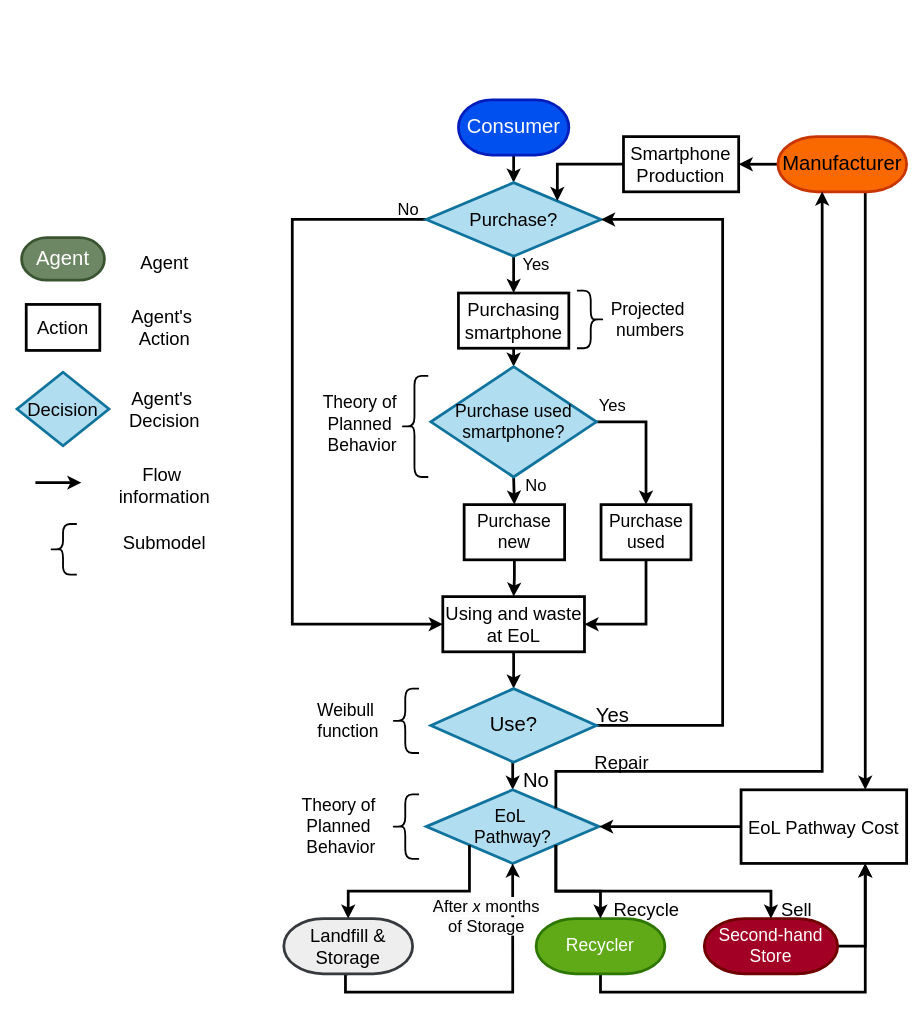
The draw.io diagram supplementary/consumer_decision_tree.drawio in jungletada/ABMSF, before the edit. Source tidied: cells renumbered, new cells numbered last; positions are measured from the earlier drawing's top-left corner, leaving out a move shared by most shapes. Both pictures are drawn from the tidied source at 92%, with x=0, y=0 at pixel (17, 99).
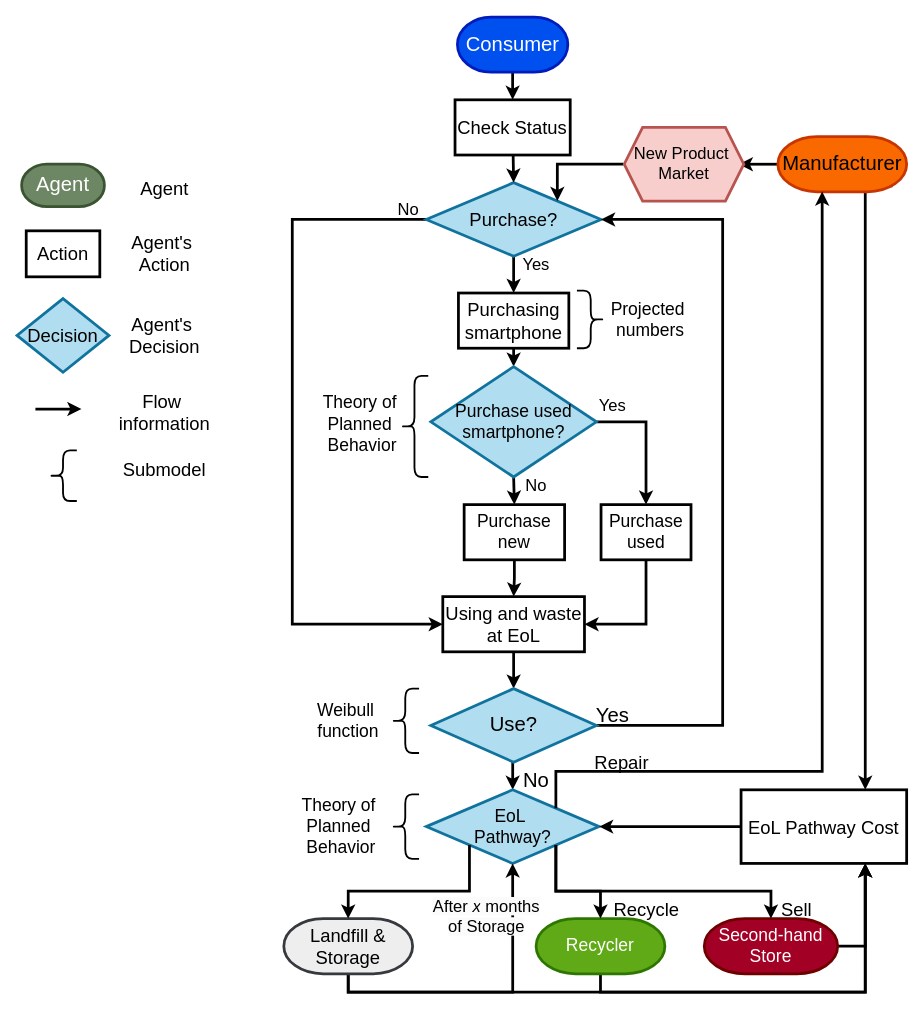
The same page after the edit.

Unchanged cells that the change refers to:
```xml
<mxCell id="5" value="&lt;font style=&quot;font-size: 20px;&quot;&gt;Purchase?&lt;/font&gt;" style="rhombus;whiteSpace=wrap;html=1;fontSize=20;strokeWidth=3;fillColor=#b1ddf0;strokeColor=#10739e;" parent="1" vertex="1">
  <mxGeometry x="444.8" y="90" width="190" height="80" as="geometry" />
</mxCell>
<mxCell id="21" value="&lt;div style=&quot;font-size: 19px;&quot;&gt;&lt;span style=&quot;font-size: 19px; background-color: initial;&quot;&gt;EoL&amp;nbsp;&lt;/span&gt;&lt;/div&gt;&lt;div style=&quot;font-size: 19px;&quot;&gt;&lt;span style=&quot;font-size: 19px; background-color: initial;&quot;&gt;Pathway?&lt;/span&gt;&lt;br style=&quot;font-size: 19px;&quot;&gt;&lt;/div&gt;" style="rhombus;whiteSpace=wrap;html=1;fontSize=19;strokeWidth=3;fillColor=#b1ddf0;strokeColor=#10739e;" parent="1" vertex="1">
  <mxGeometry x="444.8" y="750" width="187.9" height="80" as="geometry" />
</mxCell>
<mxCell id="31" value="&lt;span style=&quot;font-size: 20px;&quot;&gt;Landfill &amp;amp; Storage&lt;/span&gt;" style="strokeWidth=3;html=1;shape=mxgraph.flowchart.terminator;whiteSpace=wrap;fontSize=20;fillColor=#eeeeee;strokeColor=#36393d;" parent="1" vertex="1">
  <mxGeometry x="290" y="890" width="140" height="60" as="geometry" />
</mxCell>
<mxCell id="36" value="&lt;span style=&quot;font-size: 22px;&quot;&gt;Manufacturer&lt;/span&gt;" style="strokeWidth=3;html=1;shape=mxgraph.flowchart.terminator;whiteSpace=wrap;fillColor=#fa6800;fontColor=#000000;strokeColor=#C73500;" parent="1" vertex="1">
  <mxGeometry x="827" y="40" width="140" height="60" as="geometry" />
</mxCell>
<mxCell id="40" value="&lt;span style=&quot;font-size: 20px;&quot;&gt;EoL Pathway Cost&lt;/span&gt;" style="rounded=0;whiteSpace=wrap;html=1;fontSize=20;strokeWidth=3;" parent="1" vertex="1">
  <mxGeometry x="787" y="750" width="180" height="80" as="geometry" />
</mxCell>
```

Diff of the diagram source:
```diff
@@
-<mxGraphModel>
+<mxGraphModel background="#FFFFFF">
@@
-    <mxCell id="2" style="edgeStyle=orthogonalEdgeStyle;rounded=0;jettySize=auto;html=1;exitX=0.5;exitY=1;exitDx=0;exitDy=0;entryX=0.5;entryY=0;entryDx=0;entryDy=0;strokeWidth=3;" parent="1" edge="1" target="5">
-      <mxGeometry relative="1" as="geometry">
-        <mxPoint x="539.8" y="60" as="sourcePoint" />
-      </mxGeometry>
-    </mxCell>
@@
+    <mxCell id="67" style="rounded=0;jettySize=auto;html=1;exitX=0.5;exitY=1;exitDx=0;exitDy=0;exitPerimeter=0;strokeWidth=3;" parent="1" edge="1" source="22" target="70">
+      <mxGeometry relative="1" as="geometry" />
+    </mxCell>
     <mxCell id="22" value="&lt;span style=&quot;color: rgb(255, 255, 255); font-size: 22px;&quot;&gt;Consumer&lt;/span&gt;" style="strokeWidth=3;html=1;shape=mxgraph.flowchart.terminator;whiteSpace=wrap;fillColor=#0050ef;strokeColor=#001DBC;fontColor=#ffffff;" parent="1" vertex="1">
-      <mxGeometry x="479.8" width="120" height="60" as="geometry" />
+      <mxGeometry x="478.7" y="-90" width="120" height="60" as="geometry" />
     </mxCell>
@@
+    <mxCell id="68" style="edgeStyle=orthogonalEdgeStyle;rounded=0;jettySize=auto;html=1;entryX=0.75;entryY=1;entryDx=0;entryDy=0;strokeWidth=3;" parent="1" edge="1" source="31" target="40">
+      <mxGeometry relative="1" as="geometry">
+        <Array as="points">
+          <mxPoint x="360" y="970" />
+          <mxPoint x="922" y="970" />
+        </Array>
+      </mxGeometry>
+    </mxCell>
-    <mxCell id="30" style="edgeStyle=orthogonalEdgeStyle;rounded=0;jettySize=auto;html=1;entryX=0.5;entryY=1;entryDx=0;entryDy=0;exitX=0.5;exitY=1;exitDx=0;exitDy=0;exitPerimeter=0;strokeWidth=3;" parent="1" edge="1" source="31" target="21">
-      <mxGeometry relative="1" as="geometry">
-        <Array as="points">
-          <mxPoint x="357" y="950" />
-          <mxPoint x="357" y="970" />
-          <mxPoint x="539" y="970" />
-        </Array>
-      </mxGeometry>
+    <mxCell id="30" style="edgeStyle=orthogonalEdgeStyle;rounded=0;jettySize=auto;html=1;exitX=0.5;exitY=1;exitDx=0;exitDy=0;exitPerimeter=0;entryX=0.5;entryY=1;entryDx=0;entryDy=0;strokeWidth=3;" parent="1" edge="1" source="31" target="21">
+      <mxGeometry relative="1" as="geometry" />
     </mxCell>
@@
-    <mxCell id="34" style="edgeStyle=orthogonalEdgeStyle;rounded=0;jettySize=auto;html=1;exitX=0;exitY=0.5;exitDx=0;exitDy=0;exitPerimeter=0;entryX=1;entryY=0.5;entryDx=0;entryDy=0;strokeWidth=3;" parent="1" edge="1" source="36" target="38">
-      <mxGeometry relative="1" as="geometry" />
+    <mxCell id="34" style="edgeStyle=orthogonalEdgeStyle;rounded=0;jettySize=auto;html=1;exitX=0;exitY=0.5;exitDx=0;exitDy=0;exitPerimeter=0;entryX=1;entryY=0.5;entryDx=0;entryDy=0;strokeWidth=3;" parent="1" edge="1" source="36">
+      <mxGeometry relative="1" as="geometry">
+        <mxPoint x="784.5" y="70" as="targetPoint" />
+      </mxGeometry>
     </mxCell>
@@
-    <mxCell id="37" style="edgeStyle=orthogonalEdgeStyle;rounded=0;jettySize=auto;html=1;exitX=0;exitY=0.5;exitDx=0;exitDy=0;entryX=1;entryY=0;entryDx=0;entryDy=0;strokeWidth=3;" parent="1" edge="1" source="38" target="5">
+    <mxCell id="37" style="edgeStyle=orthogonalEdgeStyle;rounded=0;jettySize=auto;html=1;exitX=0;exitY=0.5;exitDx=0;exitDy=0;entryX=1;entryY=0;entryDx=0;entryDy=0;strokeWidth=3;" parent="1" edge="1" target="5">
       <mxGeometry relative="1" as="geometry">
+        <mxPoint x="659.2" y="70" as="sourcePoint" />
         <Array as="points">
           <mxPoint x="587.2" y="70" />
         </Array>
       </mxGeometry>
     </mxCell>
-    <mxCell id="38" value="Smartphone Production" style="rounded=0;whiteSpace=wrap;html=1;fontSize=20;strokeWidth=3;" parent="1" vertex="1">
-      <mxGeometry x="659.2" y="40" width="125.2" height="60" as="geometry" />
-    </mxCell>
@@
     <mxCell id="56" style="shape=curlyBracket;whiteSpace=wrap;html=1;rounded=1;labelPosition=left;verticalLabelPosition=middle;align=right;verticalAlign=middle;size=0.5;strokeWidth=2;" parent="1" vertex="1">
-      <mxGeometry x="35" y="461.1" width="30" height="55" as="geometry" />
+      <mxGeometry x="35" y="381.1" width="30" height="55" as="geometry" />
     </mxCell>
     <mxCell id="57" value="&lt;font style=&quot;font-size: 20px;&quot;&gt;Submodel&lt;/font&gt;" style="text;html=1;align=center;verticalAlign=middle;strokeColor=none;fillColor=none;" parent="1" vertex="1">
-      <mxGeometry x="105" y="461.1" width="110" height="40" as="geometry" />
+      <mxGeometry x="105" y="381.1" width="110" height="40" as="geometry" />
     </mxCell>
     <mxCell id="58" style="endArrow=classic;html=1;rounded=0;strokeWidth=3;" parent="1" edge="1">
       <mxGeometry relative="1" as="geometry">
-        <mxPoint x="20" y="416.1" as="sourcePoint" />
-        <mxPoint x="70" y="416.1" as="targetPoint" />
+        <mxPoint x="20" y="336.1" as="sourcePoint" />
+        <mxPoint x="70" y="336.1" as="targetPoint" />
       </mxGeometry>
     </mxCell>
     <mxCell id="59" value="&lt;font style=&quot;font-size: 20px;&quot;&gt;Flow&amp;nbsp;&lt;/font&gt;&lt;div&gt;&lt;font style=&quot;font-size: 20px;&quot;&gt;information&lt;/font&gt;&lt;/div&gt;" style="text;html=1;align=center;verticalAlign=middle;strokeColor=none;fillColor=none;" parent="1" vertex="1">
-      <mxGeometry x="100" y="388.6" width="120" height="60" as="geometry" />
+      <mxGeometry x="100" y="308.6" width="120" height="60" as="geometry" />
     </mxCell>
     <mxCell id="60" value="&lt;font style=&quot;font-size: 20px;&quot;&gt;Decision&lt;/font&gt;" style="rhombus;whiteSpace=wrap;html=1;fontSize=20;strokeWidth=3;fillColor=#b1ddf0;strokeColor=#10739e;" parent="1" vertex="1">
-      <mxGeometry y="296.1" width="100" height="80" as="geometry" />
+      <mxGeometry y="216.1" width="100" height="80" as="geometry" />
     </mxCell>
     <mxCell id="61" value="&lt;span style=&quot;font-size: 20px;&quot;&gt;Agent's&amp;nbsp;&lt;/span&gt;&lt;div&gt;&lt;span style=&quot;font-size: 20px;&quot;&gt;Decision&lt;/span&gt;&lt;/div&gt;" style="text;html=1;align=center;verticalAlign=middle;strokeColor=none;fillColor=none;" parent="1" vertex="1">
-      <mxGeometry x="110" y="306.1" width="100" height="60" as="geometry" />
+      <mxGeometry x="110" y="226.1" width="100" height="60" as="geometry" />
     </mxCell>
     <mxCell id="62" value="Action" style="rounded=0;whiteSpace=wrap;html=1;fontSize=20;strokeWidth=3;" parent="1" vertex="1">
-      <mxGeometry x="10" y="222.4" width="80" height="50" as="geometry" />
+      <mxGeometry x="10" y="142.4" width="80" height="50" as="geometry" />
     </mxCell>
     <mxCell id="63" value="&lt;span style=&quot;font-size: 20px;&quot;&gt;Agent's&amp;nbsp;&lt;/span&gt;&lt;div&gt;&lt;span style=&quot;font-size: 20px;&quot;&gt;Action&lt;/span&gt;&lt;/div&gt;" style="text;html=1;align=center;verticalAlign=middle;strokeColor=none;fillColor=none;" parent="1" vertex="1">
-      <mxGeometry x="110" y="217.4" width="100" height="60" as="geometry" />
+      <mxGeometry x="110" y="137.4" width="100" height="60" as="geometry" />
     </mxCell>
     <mxCell id="64" value="&lt;span style=&quot;color: rgb(255, 255, 255); font-size: 22px;&quot;&gt;Agent&lt;/span&gt;" style="strokeWidth=3;html=1;shape=mxgraph.flowchart.terminator;whiteSpace=wrap;fillColor=#6d8764;strokeColor=#3A5431;fontColor=#ffffff;" parent="1" vertex="1">
-      <mxGeometry x="5" y="149.9" width="90" height="46.2" as="geometry" />
+      <mxGeometry x="5" y="69.9" width="90" height="46.2" as="geometry" />
     </mxCell>
     <mxCell id="65" value="&lt;span style=&quot;font-size: 20px;&quot;&gt;Agent&lt;/span&gt;" style="text;html=1;align=center;verticalAlign=middle;strokeColor=none;fillColor=none;" parent="1" vertex="1">
-      <mxGeometry x="120" y="156.1" width="80" height="40" as="geometry" />
+      <mxGeometry x="120" y="76.1" width="80" height="40" as="geometry" />
     </mxCell>
@@
+    <mxCell id="69" style="rounded=0;jettySize=auto;html=1;entryX=0.5;entryY=0;entryDx=0;entryDy=0;strokeWidth=3;" parent="1" edge="1" source="70" target="5">
+      <mxGeometry relative="1" as="geometry" />
+    </mxCell>
+    <mxCell id="70" value="Check Status" style="rounded=0;whiteSpace=wrap;html=1;fontSize=20;strokeWidth=3;" parent="1" vertex="1">
+      <mxGeometry x="476.1" width="125.2" height="60" as="geometry" />
+    </mxCell>
+    <mxCell id="71" value="&lt;font style=&quot;font-size: 18px;&quot;&gt;New Product&amp;nbsp;&lt;/font&gt;&lt;div style=&quot;font-size: 18px;&quot;&gt;&lt;font style=&quot;font-size: 18px;&quot;&gt;Market&lt;/font&gt;&lt;/div&gt;" style="shape=hexagon;perimeter=hexagonPerimeter2;whiteSpace=wrap;html=1;fixedSize=1;strokeWidth=3;fillColor=#f8cecc;strokeColor=#b85450;" parent="1" vertex="1">
+      <mxGeometry x="660" y="30" width="130" height="80" as="geometry" />
+    </mxCell>
```
